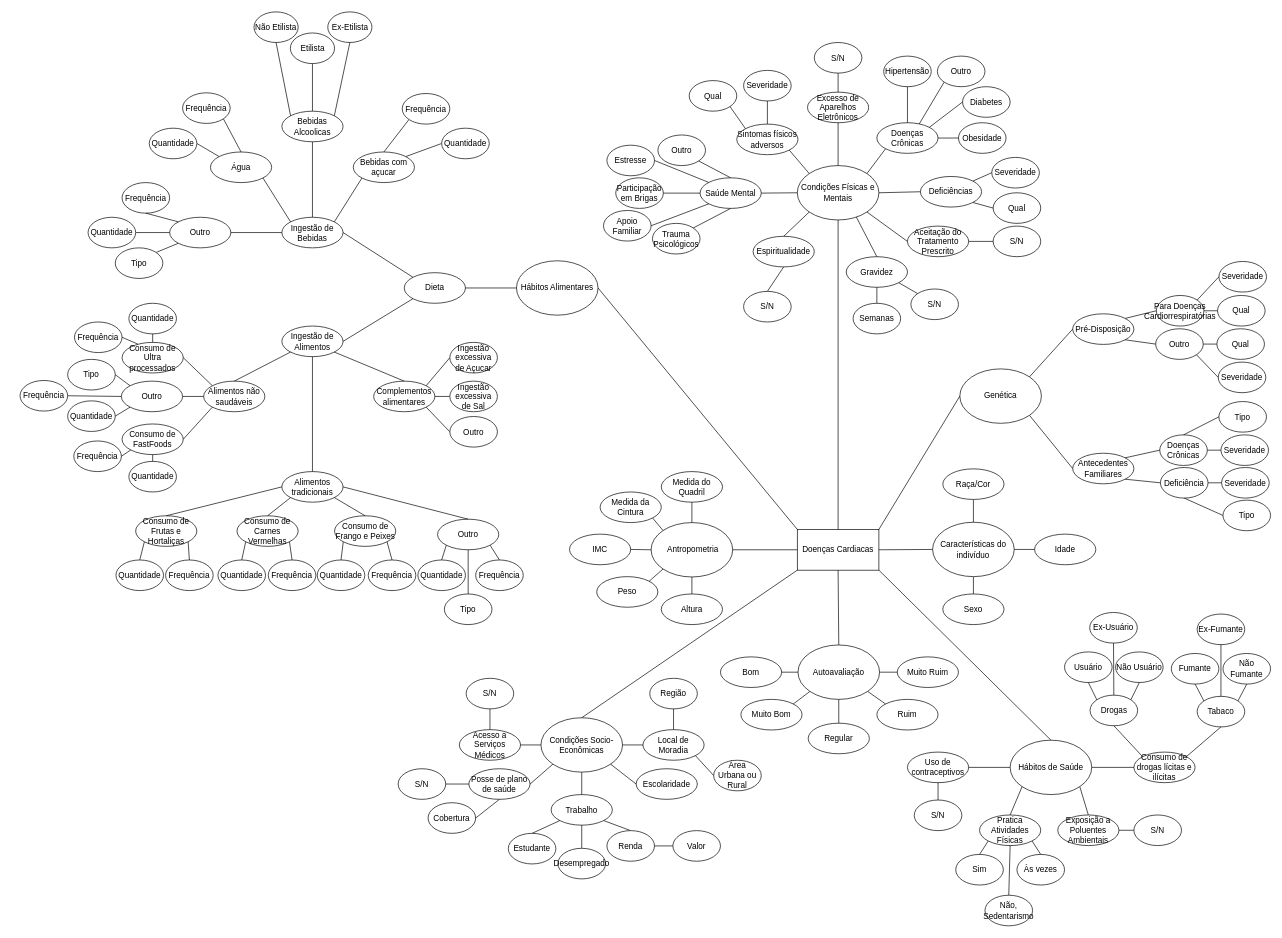
The draw.io diagram Adicionais/Dominio.drawio in lay127/MD_DoencasCardiacas, before the edit. Source tidied: cells renumbered, new cells numbered last; positions are measured from the earlier drawing's top-left corner, leaving out a move shared by most shapes. Both pictures are drawn from the tidied source at 68%, with x=0, y=0 at pixel (20, 12).
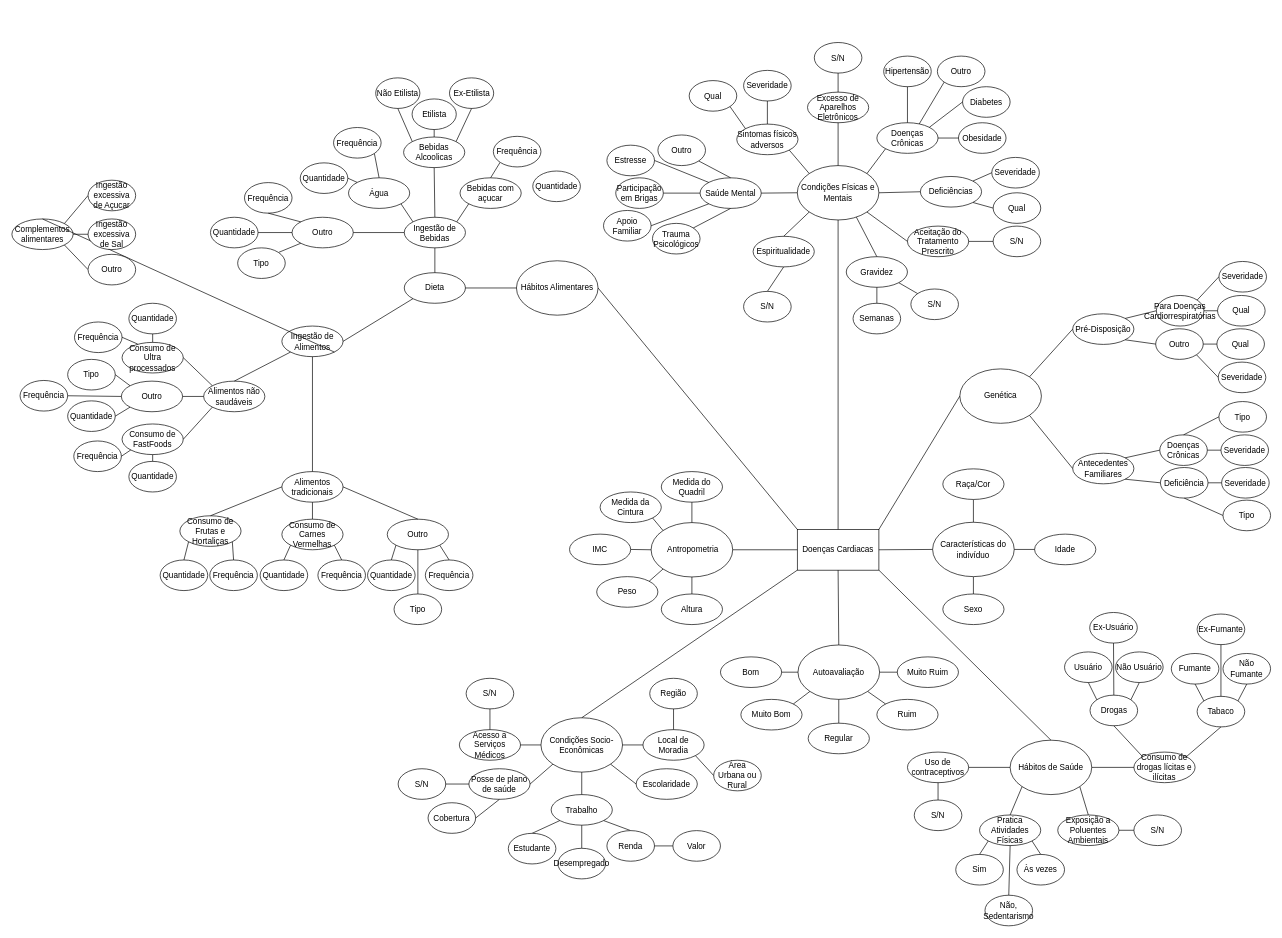
After the change.

Unchanged cells that the change refers to:
```xml
<mxCell id="36" value="Dieta" style="ellipse;whiteSpace=wrap;html=1;fontStyle=0;" parent="1" vertex="1">
  <mxGeometry x="565" y="383.5" width="90" height="45" as="geometry" />
</mxCell>
<mxCell id="95" value="Alimentos tradicionais" style="ellipse;whiteSpace=wrap;html=1;fontStyle=0;" parent="1" vertex="1">
  <mxGeometry x="385" y="676" width="90" height="45" as="geometry" />
</mxCell>
```

Change to the diagram source:
```diff
@@
     <mxCell id="38" value="Ingestão de Bebidas" style="ellipse;whiteSpace=wrap;html=1;fontStyle=0;" parent="1" vertex="1">
-      <mxGeometry x="385" y="302" width="90" height="45" as="geometry" />
+      <mxGeometry x="565" y="302" width="90" height="45" as="geometry" />
     </mxCell>
@@
     <mxCell id="47" value="Consumo de Frutas e Hortaliças" style="ellipse;whiteSpace=wrap;html=1;fontStyle=0;" parent="1" vertex="1">
-      <mxGeometry x="170" y="741" width="90" height="45" as="geometry" />
+      <mxGeometry x="235" y="741" width="90" height="45" as="geometry" />
     </mxCell>
@@
     <mxCell id="55" value="Bebidas com açucar" style="ellipse;whiteSpace=wrap;html=1;fontStyle=0;" parent="1" vertex="1">
-      <mxGeometry x="490" y="206" width="90" height="45" as="geometry" />
+      <mxGeometry x="647" y="244" width="90" height="45" as="geometry" />
     </mxCell>
-    <mxCell id="56" value="Consumo de Frango e Peixes" style="ellipse;whiteSpace=wrap;html=1;fontStyle=0;" parent="1" vertex="1">
-      <mxGeometry x="462.5" y="741" width="90" height="45" as="geometry" />
-    </mxCell>
     <mxCell id="57" value="Consumo de Carnes Vermelhas" style="ellipse;whiteSpace=wrap;html=1;fontStyle=0;" parent="1" vertex="1">
-      <mxGeometry x="319" y="741" width="90" height="45" as="geometry" />
+      <mxGeometry x="385" y="746" width="90" height="45" as="geometry" />
     </mxCell>
     <mxCell id="58" value="Bebidas Alcoolicas" style="ellipse;whiteSpace=wrap;html=1;fontStyle=0;" parent="1" vertex="1">
-      <mxGeometry x="385" y="146" width="90" height="45" as="geometry" />
+      <mxGeometry x="564" y="184" width="90" height="45" as="geometry" />
     </mxCell>
     <mxCell id="59" value="Ex-Etilista" style="ellipse;whiteSpace=wrap;html=1;fontStyle=0;" parent="1" vertex="1">
-      <mxGeometry x="452.5" width="65" height="45" as="geometry" />
+      <mxGeometry x="631.5" y="97" width="65" height="45" as="geometry" />
     </mxCell>
     <mxCell id="60" value="Não Etilista" style="ellipse;whiteSpace=wrap;html=1;fontStyle=0;" parent="1" vertex="1">
-      <mxGeometry x="344" width="65" height="45" as="geometry" />
+      <mxGeometry x="523" y="97" width="65" height="45" as="geometry" />
     </mxCell>
@@
     <mxCell id="63" value="Etilista" style="ellipse;whiteSpace=wrap;html=1;fontStyle=0;" parent="1" vertex="1">
-      <mxGeometry x="397.5" y="31" width="65" height="45" as="geometry" />
+      <mxGeometry x="576.5" y="128" width="65" height="45" as="geometry" />
     </mxCell>
@@
-    <mxCell id="75" style="endArrow=none;html=1;rounded=0;entryX=1;entryY=0.5;entryDx=0;entryDy=0;exitX=0;exitY=0;exitDx=0;exitDy=0;" parent="1" edge="1" source="36" target="38">
+    <mxCell id="75" style="endArrow=none;html=1;rounded=0;entryX=0.5;entryY=1;entryDx=0;entryDy=0;exitX=0.5;exitY=0;exitDx=0;exitDy=0;" parent="1" edge="1" source="36" target="38">
       <mxGeometry relative="1" as="geometry" />
     </mxCell>
@@
     <mxCell id="77" value="Outro" style="ellipse;whiteSpace=wrap;html=1;fontStyle=0;" parent="1" vertex="1">
-      <mxGeometry x="220" y="302" width="90" height="45" as="geometry" />
+      <mxGeometry x="400" y="302" width="90" height="45" as="geometry" />
     </mxCell>
@@
     <mxCell id="79" value="Água" style="ellipse;whiteSpace=wrap;html=1;fontStyle=0;" parent="1" vertex="1">
-      <mxGeometry x="280" y="206" width="90" height="45" as="geometry" />
+      <mxGeometry x="483" y="244" width="90" height="45" as="geometry" />
     </mxCell>
@@
-    <mxCell id="89" style="endArrow=none;html=1;rounded=0;entryX=0;entryY=0.5;entryDx=0;entryDy=0;exitX=1;exitY=0;exitDx=0;exitDy=0;" parent="1" edge="1" source="55" target="117">
-      <mxGeometry relative="1" as="geometry" />
+    <mxCell id="89" style="endArrow=none;html=1;rounded=0;entryX=0;entryY=0.5;entryDx=0;entryDy=0;exitX=1;exitY=0.5;exitDx=0;exitDy=0;" parent="1" edge="1">
+      <mxGeometry relative="1" as="geometry">
+        <mxPoint x="759" y="267.5" as="sourcePoint" />
+        <mxPoint x="776" y="257.5" as="targetPoint" />
+      </mxGeometry>
     </mxCell>
     <mxCell id="90" value="Frequência" style="ellipse;whiteSpace=wrap;html=1;fontStyle=0;" parent="1" vertex="1">
-      <mxGeometry x="150" y="251" width="70" height="45" as="geometry" />
+      <mxGeometry x="330" y="251" width="70" height="45" as="geometry" />
     </mxCell>
@@
     <mxCell id="96" value="Complementos alimentares" style="ellipse;whiteSpace=wrap;html=1;fontStyle=0;" parent="1" vertex="1">
-      <mxGeometry x="520" y="543" width="90" height="45" as="geometry" />
+      <mxGeometry x="-12" y="304.5" width="90" height="45" as="geometry" />
     </mxCell>
     <mxCell id="97" value="Outro" style="ellipse;whiteSpace=wrap;html=1;fontStyle=0;" parent="1" vertex="1">
-      <mxGeometry x="614" y="746" width="90" height="45" as="geometry" />
+      <mxGeometry x="540" y="746" width="90" height="45" as="geometry" />
     </mxCell>
@@
-    <mxCell id="110" style="endArrow=none;html=1;rounded=0;entryX=0;entryY=1;entryDx=0;entryDy=0;exitX=0.5;exitY=0;exitDx=0;exitDy=0;" parent="1" edge="1" source="57" target="95">
+    <mxCell id="110" style="endArrow=none;html=1;rounded=0;entryX=0.5;entryY=1;entryDx=0;entryDy=0;exitX=0.5;exitY=0;exitDx=0;exitDy=0;" parent="1" edge="1" source="57" target="95">
       <mxGeometry relative="1" as="geometry" />
     </mxCell>
-    <mxCell id="111" style="endArrow=none;html=1;rounded=0;entryX=1;entryY=1;entryDx=0;entryDy=0;exitX=0.5;exitY=0;exitDx=0;exitDy=0;" parent="1" edge="1" source="56" target="95">
-      <mxGeometry relative="1" as="geometry" />
-    </mxCell>
     <mxCell id="112" value="Quantidade" style="ellipse;whiteSpace=wrap;html=1;fontStyle=0;" parent="1" vertex="1">
-      <mxGeometry x="100" y="302" width="70" height="45" as="geometry" />
+      <mxGeometry x="280" y="302" width="70" height="45" as="geometry" />
     </mxCell>
     <mxCell id="113" value="Tipo" style="ellipse;whiteSpace=wrap;html=1;fontStyle=0;" parent="1" vertex="1">
-      <mxGeometry x="140" y="347" width="70" height="45" as="geometry" />
+      <mxGeometry x="320" y="347" width="70" height="45" as="geometry" />
     </mxCell>
     <mxCell id="114" value="Frequência" style="ellipse;whiteSpace=wrap;html=1;fontStyle=0;" parent="1" vertex="1">
-      <mxGeometry x="239" y="119" width="70" height="45" as="geometry" />
+      <mxGeometry x="461" y="170" width="70" height="45" as="geometry" />
     </mxCell>
     <mxCell id="115" value="Quantidade" style="ellipse;whiteSpace=wrap;html=1;fontStyle=0;" parent="1" vertex="1">
-      <mxGeometry x="190" y="171" width="70" height="45" as="geometry" />
+      <mxGeometry x="412" y="222" width="70" height="45" as="geometry" />
     </mxCell>
     <mxCell id="116" value="Frequência" style="ellipse;whiteSpace=wrap;html=1;fontStyle=0;" parent="1" vertex="1">
-      <mxGeometry x="562" y="120" width="70" height="45" as="geometry" />
+      <mxGeometry x="696" y="183" width="70" height="45" as="geometry" />
     </mxCell>
     <mxCell id="117" value="Quantidade" style="ellipse;whiteSpace=wrap;html=1;fontStyle=0;" parent="1" vertex="1">
-      <mxGeometry x="620" y="171" width="70" height="45" as="geometry" />
+      <mxGeometry x="754" y="234" width="70" height="45" as="geometry" />
     </mxCell>
@@
     <mxCell id="135" value="Tipo" style="ellipse;whiteSpace=wrap;html=1;fontStyle=0;" parent="1" vertex="1">
-      <mxGeometry x="624" y="856" width="70" height="45" as="geometry" />
+      <mxGeometry x="550" y="856" width="70" height="45" as="geometry" />
     </mxCell>
     <mxCell id="136" value="Frequência" style="ellipse;whiteSpace=wrap;html=1;fontStyle=0;" parent="1" vertex="1">
-      <mxGeometry x="670" y="806" width="70" height="45" as="geometry" />
+      <mxGeometry x="596" y="806" width="70" height="45" as="geometry" />
     </mxCell>
     <mxCell id="137" value="Quantidade" style="ellipse;whiteSpace=wrap;html=1;fontStyle=0;" parent="1" vertex="1">
-      <mxGeometry x="585" y="806" width="70" height="45" as="geometry" />
+      <mxGeometry x="511" y="806" width="70" height="45" as="geometry" />
     </mxCell>
     <mxCell id="138" value="Frequência" style="ellipse;whiteSpace=wrap;html=1;fontStyle=0;" parent="1" vertex="1">
-      <mxGeometry x="365" y="806" width="70" height="45" as="geometry" />
+      <mxGeometry x="438" y="806" width="70" height="45" as="geometry" />
     </mxCell>
     <mxCell id="139" value="Quantidade" style="ellipse;whiteSpace=wrap;html=1;fontStyle=0;" parent="1" vertex="1">
-      <mxGeometry x="291" y="806" width="70" height="45" as="geometry" />
+      <mxGeometry x="353" y="806" width="70" height="45" as="geometry" />
     </mxCell>
-    <mxCell id="140" value="Frequência" style="ellipse;whiteSpace=wrap;html=1;fontStyle=0;" parent="1" vertex="1">
-      <mxGeometry x="512" y="806" width="70" height="45" as="geometry" />
-    </mxCell>
-    <mxCell id="141" value="Quantidade" style="ellipse;whiteSpace=wrap;html=1;fontStyle=0;" parent="1" vertex="1">
-      <mxGeometry x="437" y="806" width="70" height="45" as="geometry" />
-    </mxCell>
     <mxCell id="142" value="Frequência" style="ellipse;whiteSpace=wrap;html=1;fontStyle=0;" parent="1" vertex="1">
-      <mxGeometry x="214" y="806" width="70" height="45" as="geometry" />
+      <mxGeometry x="279" y="806" width="70" height="45" as="geometry" />
     </mxCell>
     <mxCell id="143" value="Quantidade" style="ellipse;whiteSpace=wrap;html=1;fontStyle=0;" parent="1" vertex="1">
-      <mxGeometry x="141" y="806" width="70" height="45" as="geometry" />
+      <mxGeometry x="206" y="806" width="70" height="45" as="geometry" />
     </mxCell>
@@
-    <mxCell id="145" style="endArrow=none;html=1;rounded=0;entryX=0;entryY=1;entryDx=0;entryDy=0;exitX=0.5;exitY=0;exitDx=0;exitDy=0;" parent="1" edge="1" source="141" target="56">
-      <mxGeometry relative="1" as="geometry" />
-    </mxCell>
-    <mxCell id="146" style="endArrow=none;html=1;rounded=0;entryX=1;entryY=1;entryDx=0;entryDy=0;exitX=0.5;exitY=0;exitDx=0;exitDy=0;" parent="1" edge="1" source="140" target="56">
-      <mxGeometry relative="1" as="geometry" />
-    </mxCell>
@@
     <mxCell id="225" value="Ingestão excessiva de Açucar" style="ellipse;whiteSpace=wrap;html=1;fontStyle=0;" parent="1" vertex="1">
-      <mxGeometry x="632" y="486" width="70" height="45" as="geometry" />
+      <mxGeometry x="100" y="247.5" width="70" height="45" as="geometry" />
     </mxCell>
     <mxCell id="226" value="Ingestão excessiva de Sal" style="ellipse;whiteSpace=wrap;html=1;fontStyle=0;" parent="1" vertex="1">
-      <mxGeometry x="632" y="543" width="70" height="45" as="geometry" />
+      <mxGeometry x="100" y="304.5" width="70" height="45" as="geometry" />
     </mxCell>
     <mxCell id="227" value="Outro" style="ellipse;whiteSpace=wrap;html=1;fontStyle=0;" parent="1" vertex="1">
-      <mxGeometry x="632" y="595" width="70" height="45" as="geometry" />
+      <mxGeometry x="100" y="356.5" width="70" height="45" as="geometry" />
     </mxCell>
```
